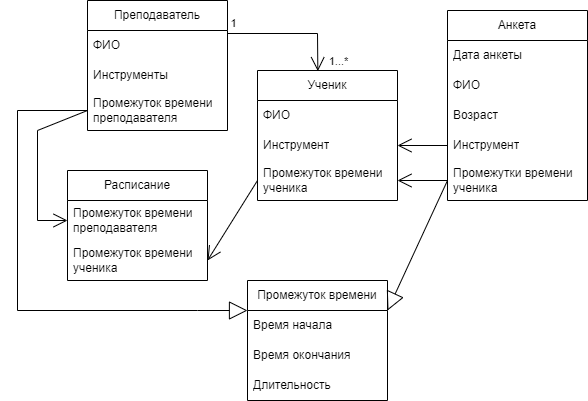
This is Модель_предметной_области.png from watashinonericell/myrepos, a draw.io export, as it was before one commit. Source tidied: cells renumbered, new cells last; positions are measured from the earlier drawing's top-left corner, leaving out a move shared by most shapes.
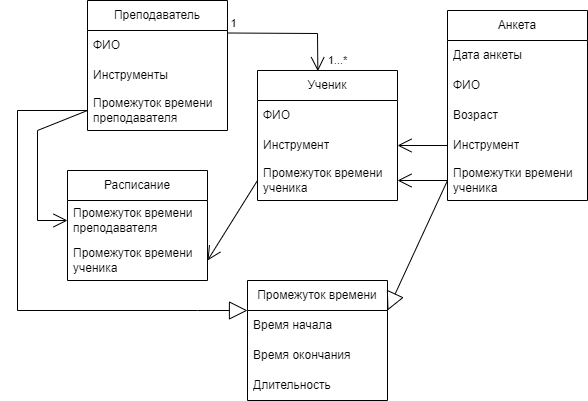
Later version of the same file.

The edit, as a diff of the source:
```diff
@@ -59,9 +59,8 @@
     <mxCell id="20" value="Промежуток времени преподавателя" style="text;strokeColor=none;fillColor=none;align=left;verticalAlign=middle;spacingLeft=4;spacingRight=4;overflow=hidden;points=[[0,0.5],[1,0.5]];portConstraint=eastwest;whiteSpace=wrap;html=1;" parent="17" vertex="1">
       <mxGeometry y="90" width="140" height="40" as="geometry" />
     </mxCell>
-    <mxCell id="21" style="endArrow=open;endFill=1;endSize=12;html=1;rounded=0;entryX=0.431;entryY=0.005;entryDx=0;entryDy=0;entryPerimeter=0;" parent="1" edge="1" target="2">
+    <mxCell id="21" style="endArrow=open;endFill=1;endSize=12;html=1;rounded=0;entryX=0.431;entryY=0.005;entryDx=0;entryDy=0;entryPerimeter=0;exitX=1;exitY=0.25;exitDx=0;exitDy=0;" parent="1" edge="1" source="17" target="2">
       <mxGeometry relative="1" as="geometry">
-        <mxPoint x="210" y="33" as="sourcePoint" />
         <Array as="points">
           <mxPoint x="300" y="33" />
         </Array>
```
